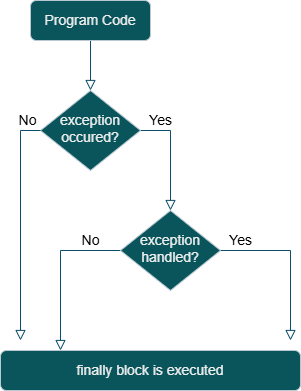
asha-saini06/java-refresher-notes keeps this draw.io diagram as resources/finally_block.png. Above is the earlier version. Source tidied: cells renumbered, new cells last; positions are measured from the earlier drawing's top-left corner, leaving out a move shared by most shapes.
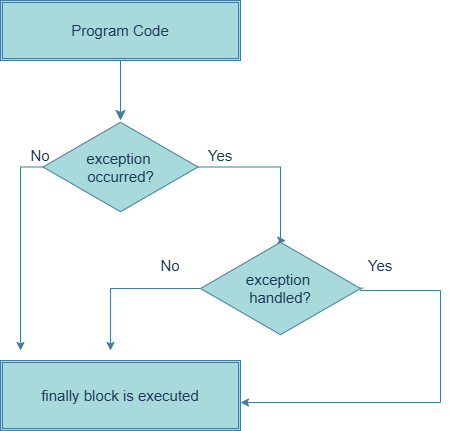
Later version of the same file.

Commit message:
`throw`, `throws`, custom exceptions, and JVM internal exception-handling workflow

Change to the diagram source:
```diff
@@ -1,49 +1,70 @@
 <mxGraphModel>
   <root>
-    <mxCell id="0" />
-    <mxCell id="1" parent="0" />
-    <mxCell id="2" style="rounded=0;html=1;jettySize=auto;fontSize=14;endArrow=block;endFill=0;endSize=8;strokeWidth=1;shadow=0;labelBackgroundColor=none;edgeStyle=orthogonalEdgeStyle;strokeColor=#0B4D6A;fontColor=default;" parent="1" edge="1" source="3" target="5">
-      <mxGeometry relative="1" as="geometry" />
-    </mxCell>
+    <mxCell id="11" />
+    <mxCell id="12" parent="11" />
-    <mxCell id="3" value="Program Code" style="rounded=1;whiteSpace=wrap;html=1;fontSize=14;glass=0;strokeWidth=1;shadow=0;labelBackgroundColor=none;fillColor=#09555B;strokeColor=#BAC8D3;fontColor=#EEEEEE;" parent="1" vertex="1">
-      <mxGeometry x="30" width="120" height="40" as="geometry" />
+    <mxCell id="3" value="Program Code" style="shape=ext;double=1;rounded=0;whiteSpace=wrap;html=1;strokeColor=#457B9D;fontColor=#1D3557;fillColor=#A8DADC;fontSize=15;" parent="12" vertex="1">
+      <mxGeometry x="160" y="-40" width="240" height="60" as="geometry" />
     </mxCell>
-    <mxCell id="4" value="Yes" style="rounded=0;html=1;jettySize=auto;fontSize=14;endArrow=block;endFill=0;endSize=8;strokeWidth=1;shadow=0;labelBackgroundColor=none;edgeStyle=orthogonalEdgeStyle;strokeColor=#0B4D6A;fontColor=default;" parent="1" edge="1" source="5" target="8">
-      <mxGeometry x="-0.64" y="10" relative="1" as="geometry">
-        <Array as="points">
-          <mxPoint x="170" y="130" />
-        </Array>
-      </mxGeometry>
-    </mxCell>
-    <mxCell id="5" value="exception occured?" style="rhombus;whiteSpace=wrap;html=1;shadow=0;fontFamily=Helvetica;fontSize=14;align=center;strokeWidth=1;spacing=6;spacingTop=-4;labelBackgroundColor=none;fillColor=#09555B;strokeColor=#BAC8D3;fontColor=#EEEEEE;" parent="1" vertex="1">
-      <mxGeometry x="40" y="90" width="100" height="80" as="geometry" />
-    </mxCell>
-    <mxCell id="6" value="No" style="rounded=0;html=1;jettySize=auto;fontSize=14;endArrow=block;endFill=0;endSize=8;strokeWidth=1;shadow=0;labelBackgroundColor=none;edgeStyle=orthogonalEdgeStyle;strokeColor=#0B4D6A;fontColor=default;" parent="1" edge="1" source="8" target="9">
-      <mxGeometry x="-0.62" y="-10" relative="1" as="geometry">
-        <Array as="points">
-          <mxPoint x="60" y="250" />
-        </Array>
-      </mxGeometry>
-    </mxCell>
-    <mxCell id="7" value="Yes" style="edgeStyle=orthogonalEdgeStyle;rounded=0;html=1;jettySize=auto;orthogonalLoop=1;fontSize=14;endArrow=block;endFill=0;endSize=8;strokeWidth=1;shadow=0;labelBackgroundColor=none;strokeColor=#0B4D6A;fontColor=default;" parent="1" edge="1">
-      <mxGeometry x="-0.64" y="10" relative="1" as="geometry">
-        <mxPoint x="209" y="250" as="sourcePoint" />
-        <mxPoint x="290" y="340" as="targetPoint" />
-      </mxGeometry>
-    </mxCell>
+    <mxCell id="13" style="edgeStyle=orthogonalEdgeStyle;rounded=0;jettySize=auto;html=1;strokeColor=#457B9D;fontColor=#1D3557;fillColor=#A8DADC;fontSize=15;" parent="12" edge="1" source="15">
+      <mxGeometry relative="1" as="geometry">
+        <mxPoint x="180" y="310" as="targetPoint" />
+        <Array as="points">
+          <mxPoint x="180" y="127" />
+        </Array>
+      </mxGeometry>
+    </mxCell>
+    <mxCell id="14" style="edgeStyle=orthogonalEdgeStyle;rounded=0;orthogonalLoop=1;jettySize=auto;html=1;strokeColor=#457B9D;fontColor=#1D3557;fillColor=#A8DADC;entryX=0.533;entryY=0;entryDx=0;entryDy=0;entryPerimeter=0;fontSize=15;" parent="12" edge="1">
+      <mxGeometry relative="1" as="geometry">
+        <mxPoint x="357.5" y="126.5" as="sourcePoint" />
+        <mxPoint x="445.3" y="200" as="targetPoint" />
+        <Array as="points">
+          <mxPoint x="440" y="127" />
+          <mxPoint x="440" y="200" />
+        </Array>
+      </mxGeometry>
+    </mxCell>
+    <mxCell id="15" value="exception&amp;nbsp;&lt;div&gt;occurred?&lt;/div&gt;" style="html=1;whiteSpace=wrap;shape=isoRectangle;strokeColor=#457B9D;fontColor=#1D3557;fillColor=#A8DADC;fontSize=15;" parent="12" vertex="1">
+      <mxGeometry x="202.5" y="80" width="155" height="93" as="geometry" />
+    </mxCell>
+    <mxCell id="16" style="edgeStyle=orthogonalEdgeStyle;rounded=0;jettySize=auto;html=1;strokeColor=#457B9D;fontColor=#1D3557;fillColor=#A8DADC;fontSize=15;" parent="12" edge="1" source="8">
+      <mxGeometry relative="1" as="geometry">
+        <mxPoint x="270" y="310" as="targetPoint" />
+      </mxGeometry>
+    </mxCell>
+    <mxCell id="17" style="edgeStyle=orthogonalEdgeStyle;rounded=0;jettySize=auto;html=1;strokeColor=#457B9D;fontColor=#1D3557;fillColor=#A8DADC;exitX=1.018;exitY=0.496;exitDx=0;exitDy=0;exitPerimeter=0;fontSize=15;" parent="12" edge="1" source="8">
+      <mxGeometry relative="1" as="geometry">
+        <mxPoint x="400" y="362" as="targetPoint" />
+        <Array as="points">
+          <mxPoint x="520" y="248" />
+          <mxPoint x="520" y="250" />
+          <mxPoint x="600" y="250" />
+          <mxPoint x="600" y="362" />
+        </Array>
+      </mxGeometry>
+    </mxCell>
-    <mxCell id="8" value="exception handled?" style="rhombus;whiteSpace=wrap;html=1;shadow=0;fontFamily=Helvetica;fontSize=14;align=center;strokeWidth=1;spacing=6;spacingTop=-4;labelBackgroundColor=none;fillColor=#09555B;strokeColor=#BAC8D3;fontColor=#EEEEEE;" parent="1" vertex="1">
-      <mxGeometry x="120" y="210" width="100" height="80" as="geometry" />
+    <mxCell id="8" value="exception&amp;nbsp;&lt;div&gt;handled?&lt;/div&gt;" style="html=1;whiteSpace=wrap;shape=isoRectangle;strokeColor=#457B9D;fontColor=#1D3557;fillColor=#A8DADC;fontSize=15;" parent="12" vertex="1">
+      <mxGeometry x="360" y="200" width="160" height="96" as="geometry" />
     </mxCell>
-    <mxCell id="9" value="finally block is executed" style="rounded=1;whiteSpace=wrap;html=1;fontSize=14;glass=0;strokeWidth=1;shadow=0;labelBackgroundColor=none;fillColor=#09555B;strokeColor=#BAC8D3;fontColor=#EEEEEE;" parent="1" vertex="1">
-      <mxGeometry y="350" width="300" height="40" as="geometry" />
+    <mxCell id="9" value="finally block is executed" style="shape=ext;double=1;rounded=0;whiteSpace=wrap;html=1;strokeColor=#457B9D;fontColor=#1D3557;fillColor=#A8DADC;fontSize=15;" parent="12" vertex="1">
+      <mxGeometry x="160" y="320" width="240" height="70" as="geometry" />
     </mxCell>
-    <mxCell id="10" value="No" style="rounded=0;html=1;jettySize=auto;fontSize=14;endArrow=block;endFill=0;endSize=8;strokeWidth=1;shadow=0;labelBackgroundColor=none;edgeStyle=orthogonalEdgeStyle;strokeColor=#0B4D6A;fontColor=default;" parent="1" edge="1" source="5">
-      <mxGeometry x="-0.89" y="-10" relative="1" as="geometry">
-        <mxPoint x="20" y="340" as="targetPoint" />
-        <Array as="points">
-          <mxPoint x="20" y="130" />
-        </Array>
-      </mxGeometry>
-    </mxCell>
+    <mxCell id="18" style="edgeStyle=segmentEdgeStyle;endArrow=classic;html=1;curved=0;rounded=0;endSize=8;startSize=8;strokeColor=#457B9D;fontColor=#1D3557;fillColor=#A8DADC;fontSize=15;" parent="12" edge="1">
+      <mxGeometry relative="1" as="geometry">
+        <mxPoint x="280" y="20" as="sourcePoint" />
+        <mxPoint x="280" y="80" as="targetPoint" />
+      </mxGeometry>
+    </mxCell>
+    <mxCell id="19" value="No" style="text;html=1;whiteSpace=wrap;strokeColor=none;fillColor=none;align=center;verticalAlign=middle;rounded=0;fontColor=#1D3557;fontSize=15;" parent="12" vertex="1">
+      <mxGeometry x="170" y="100" width="60" height="30" as="geometry" />
+    </mxCell>
+    <mxCell id="20" value="Yes" style="text;html=1;whiteSpace=wrap;strokeColor=none;fillColor=none;align=center;verticalAlign=middle;rounded=0;fontColor=#1D3557;fontSize=15;" parent="12" vertex="1">
+      <mxGeometry x="350" y="100" width="60" height="30" as="geometry" />
+    </mxCell>
+    <mxCell id="21" value="No" style="text;html=1;whiteSpace=wrap;strokeColor=none;fillColor=none;align=center;verticalAlign=middle;rounded=0;fontColor=#1D3557;fontSize=15;" parent="12" vertex="1">
+      <mxGeometry x="300" y="210" width="60" height="30" as="geometry" />
+    </mxCell>
+    <mxCell id="22" value="Yes" style="text;html=1;whiteSpace=wrap;strokeColor=none;fillColor=none;align=center;verticalAlign=middle;rounded=0;fontColor=#1D3557;fontSize=15;" parent="12" vertex="1">
+      <mxGeometry x="510" y="210" width="60" height="30" as="geometry" />
+    </mxCell>
   </root>
 </mxGraphModel>
```
